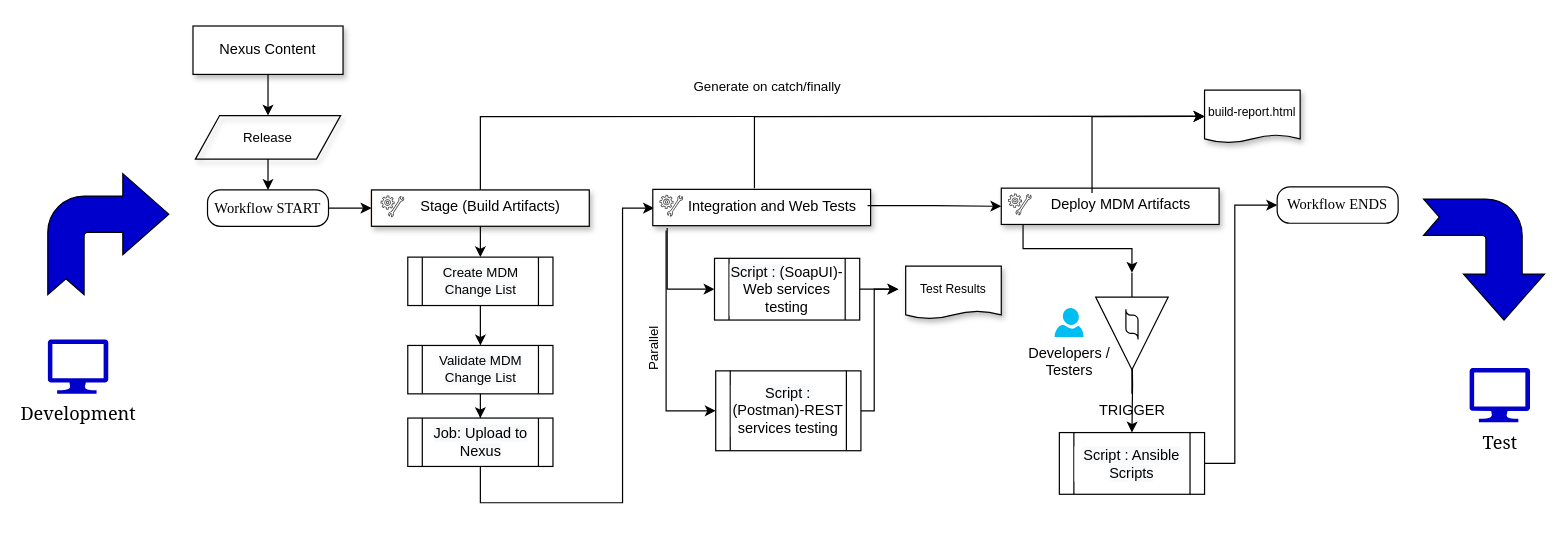
The draw.io diagram page "Jenkins pipeline(MDM)" (2 of 4) of EMA-RFP.drawio in biswarup81/drawings, before the edit. Source tidied: cells renumbered, new cells numbered last; positions are measured from the earlier drawing's top-left corner, leaving out a move shared by most shapes. Both pictures are drawn from the tidied source at 121%, with x=0, y=0 at pixel (47, 25).
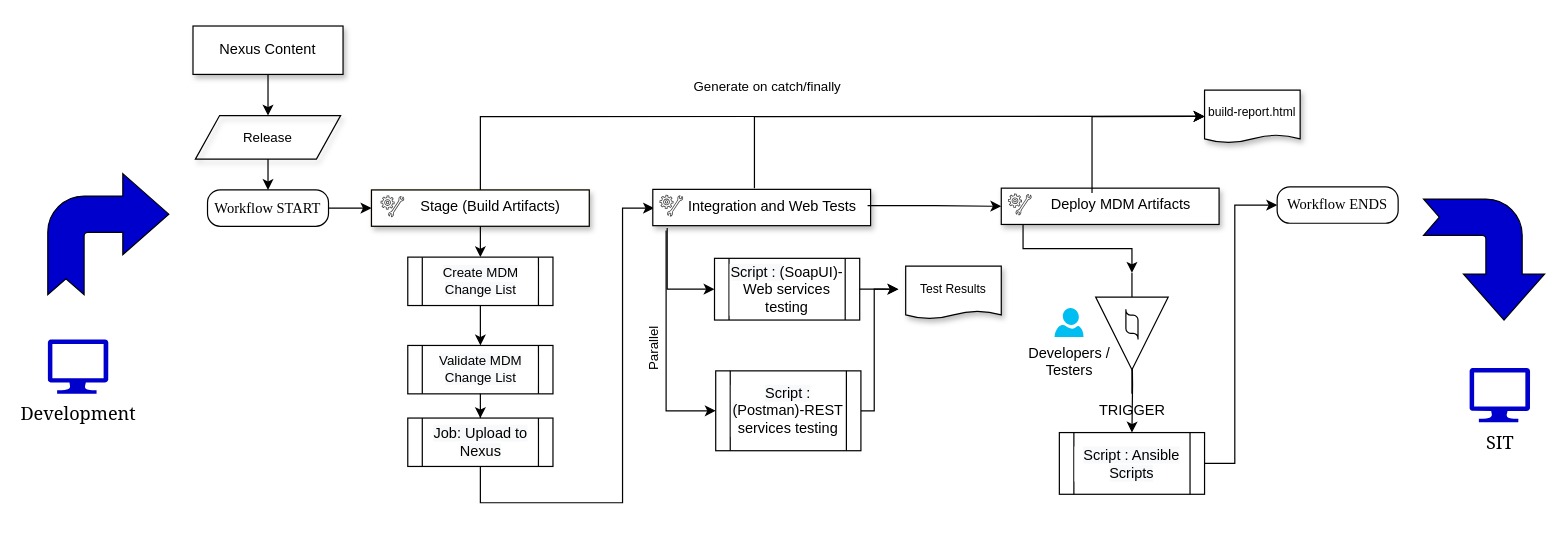
After the change.

Change to the diagram source:
```diff
@@
-    <mxCell id="54" value="Test" style="verticalLabelPosition=bottom;html=1;verticalAlign=top;align=center;strokeColor=none;shape=mxgraph.azure.computer;labelBackgroundColor=#ffffff;fontFamily=Georgia;fontSize=15;fillColor=#0000CC;" parent="1" vertex="1">
+    <mxCell id="54" value="SIT" style="verticalLabelPosition=bottom;html=1;verticalAlign=top;align=center;strokeColor=none;shape=mxgraph.azure.computer;labelBackgroundColor=#ffffff;fontFamily=Georgia;fontSize=15;fillColor=#0000CC;" parent="1" vertex="1">
       <mxGeometry x="1175" y="282.5" width="50" height="45" as="geometry" />
     </mxCell>
```
